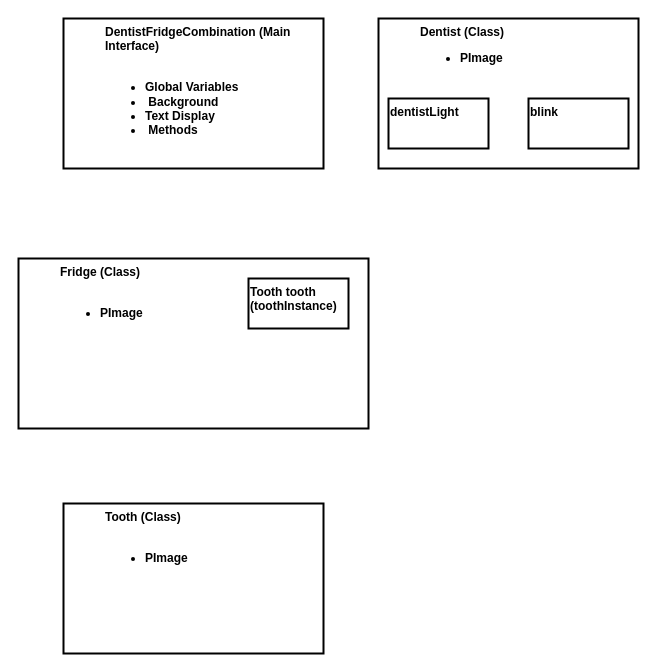
Before: COMP1050.drawio in RadEngChas/Diagrams, a draw.io diagram. Source tidied: cells renumbered, new cells numbered last; positions are measured from the earlier drawing's top-left corner, leaving out a move shared by most shapes. Both pictures are drawn from the tidied source at 100%, with x=0, y=0 at pixel (18, 18).
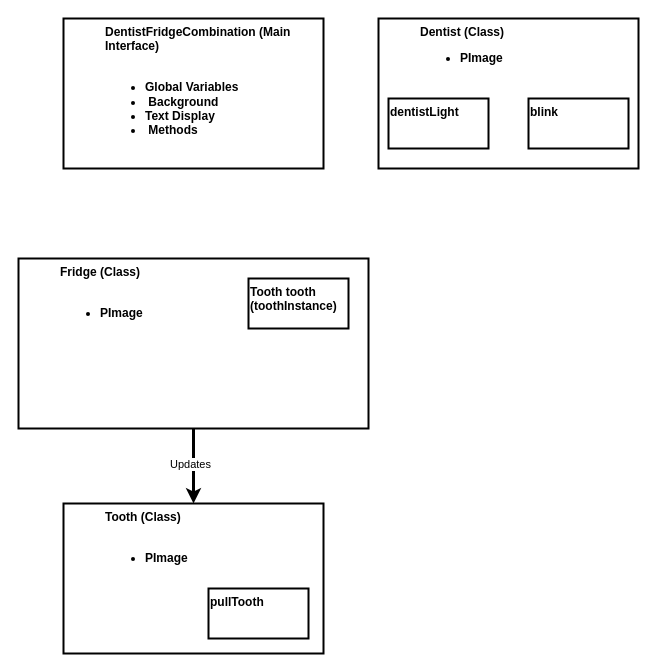
The same diagram, later.

Diff of the diagram source:
```diff
@@
 <mxGraphModel>
   <root>
     <mxCell id="0" />
     <mxCell id="1" parent="0" />
     <mxCell id="2" value="&lt;blockquote style=&quot;margin: 0 0 0 40px; border: none; padding: 0px;&quot;&gt;DentistFridgeCombination (Main Interface)&lt;/blockquote&gt;&lt;blockquote style=&quot;margin: 0 0 0 40px; border: none; padding: 0px;&quot;&gt;&lt;br&gt;&lt;/blockquote&gt;&lt;blockquote style=&quot;margin: 0 0 0 40px; border: none; padding: 0px;&quot;&gt;&lt;ul&gt;&lt;li&gt;Global Variables&lt;/li&gt;&lt;li&gt;&amp;nbsp;Background&lt;/li&gt;&lt;li&gt;Text Display&lt;/li&gt;&lt;li&gt;&amp;nbsp;Methods&lt;/li&gt;&lt;/ul&gt;&lt;/blockquote&gt;" style="rounded=0;whiteSpace=wrap;html=1;strokeWidth=2;verticalAlign=top;align=left;fontStyle=1;" parent="1" vertex="1">
       <mxGeometry x="45" width="260" height="150" as="geometry" />
     </mxCell>
     <mxCell id="3" value="&lt;blockquote style=&quot;margin: 0 0 0 40px; border: none; padding: 0px;&quot;&gt;Dentist (Class)&lt;/blockquote&gt;&lt;blockquote style=&quot;margin: 0 0 0 40px; border: none; padding: 0px;&quot;&gt;&lt;ul&gt;&lt;li&gt;&lt;span style=&quot;background-color: initial;&quot;&gt;PImage&lt;/span&gt;&lt;/li&gt;&lt;/ul&gt;&lt;/blockquote&gt;" style="rounded=0;whiteSpace=wrap;html=1;strokeWidth=2;verticalAlign=top;align=left;fontStyle=1;" parent="1" vertex="1">
       <mxGeometry x="360" width="260" height="150" as="geometry" />
     </mxCell>
+    <mxCell id="9" style="edgeStyle=orthogonalEdgeStyle;rounded=0;jettySize=auto;html=1;strokeWidth=3;" parent="1" edge="1" source="4" target="5">
+      <mxGeometry relative="1" as="geometry" />
+    </mxCell>
+    <mxCell id="10" value="Updates" style="edgeLabel;html=1;align=center;verticalAlign=middle;" parent="9" vertex="1">
+      <mxGeometry x="-0.07" y="-4" relative="1" as="geometry" />
+    </mxCell>
     <mxCell id="4" value="&lt;blockquote style=&quot;margin: 0 0 0 40px; border: none; padding: 0px;&quot;&gt;Fridge (Class)&lt;/blockquote&gt;&lt;blockquote style=&quot;margin: 0 0 0 40px; border: none; padding: 0px;&quot;&gt;&lt;br&gt;&lt;/blockquote&gt;&lt;blockquote style=&quot;margin: 0 0 0 40px; border: none; padding: 0px;&quot;&gt;&lt;ul&gt;&lt;li&gt;PImage&lt;/li&gt;&lt;/ul&gt;&lt;/blockquote&gt;" style="rounded=0;whiteSpace=wrap;html=1;strokeWidth=2;verticalAlign=top;align=left;fontStyle=1;" parent="1" vertex="1">
       <mxGeometry y="240" width="350" height="170" as="geometry" />
     </mxCell>
     <mxCell id="5" value="&lt;blockquote style=&quot;margin: 0 0 0 40px; border: none; padding: 0px;&quot;&gt;Tooth (Class)&lt;/blockquote&gt;&lt;blockquote style=&quot;margin: 0 0 0 40px; border: none; padding: 0px;&quot;&gt;&lt;br&gt;&lt;/blockquote&gt;&lt;blockquote style=&quot;margin: 0 0 0 40px; border: none; padding: 0px;&quot;&gt;&lt;ul&gt;&lt;li&gt;PImage&lt;/li&gt;&lt;/ul&gt;&lt;/blockquote&gt;" style="rounded=0;whiteSpace=wrap;html=1;strokeWidth=2;verticalAlign=top;align=left;fontStyle=1;" parent="1" vertex="1">
       <mxGeometry x="45" y="485" width="260" height="150" as="geometry" />
     </mxCell>
     <mxCell id="6" value="blink" style="rounded=0;whiteSpace=wrap;html=1;strokeWidth=2;fontStyle=1;align=left;verticalAlign=top;" parent="1" vertex="1">
       <mxGeometry x="510" y="80" width="100" height="50" as="geometry" />
     </mxCell>
     <mxCell id="7" value="dentistLight" style="rounded=0;whiteSpace=wrap;html=1;strokeWidth=2;fontStyle=1;align=left;verticalAlign=top;" parent="1" vertex="1">
       <mxGeometry x="370" y="80" width="100" height="50" as="geometry" />
     </mxCell>
     <mxCell id="8" value="Tooth tooth (toothInstance)" style="rounded=0;whiteSpace=wrap;html=1;strokeWidth=2;fontStyle=1;align=left;verticalAlign=top;" parent="1" vertex="1">
       <mxGeometry x="230" y="260" width="100" height="50" as="geometry" />
     </mxCell>
+    <mxCell id="11" value="pullTooth" style="rounded=0;whiteSpace=wrap;html=1;strokeWidth=2;fontStyle=1;align=left;verticalAlign=top;" parent="1" vertex="1">
+      <mxGeometry x="190" y="570" width="100" height="50" as="geometry" />
+    </mxCell>
   </root>
 </mxGraphModel>
```
